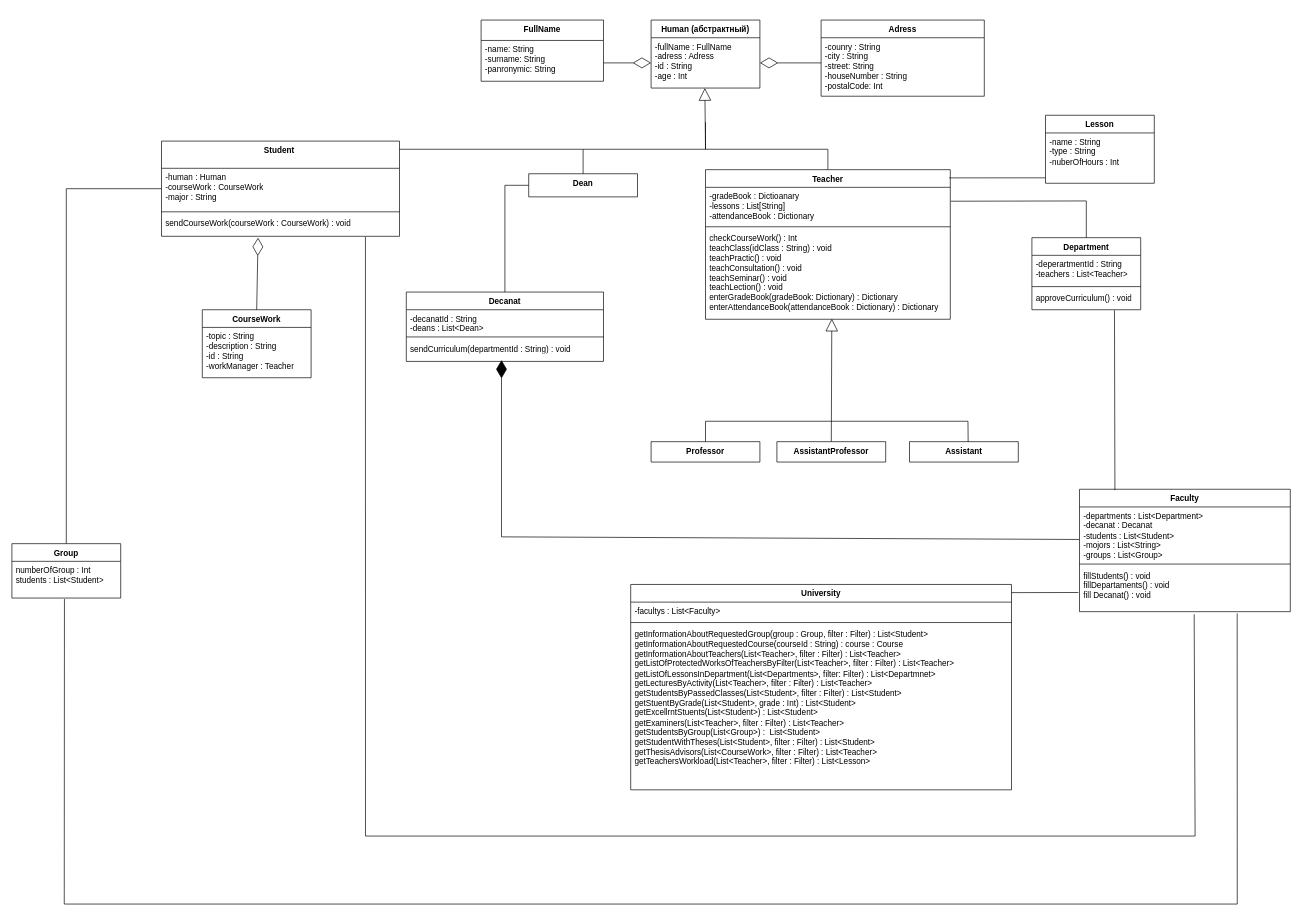
playerunknow/Diagrams keeps this draw.io diagram as class diagram.drawio. Above is the earlier version. Source tidied: cells renumbered, new cells numbered last; positions are measured from the earlier drawing's top-left corner, leaving out a move shared by most shapes. Both pictures are drawn from the tidied source at 68%, with x=0, y=0 at pixel (12, 20).
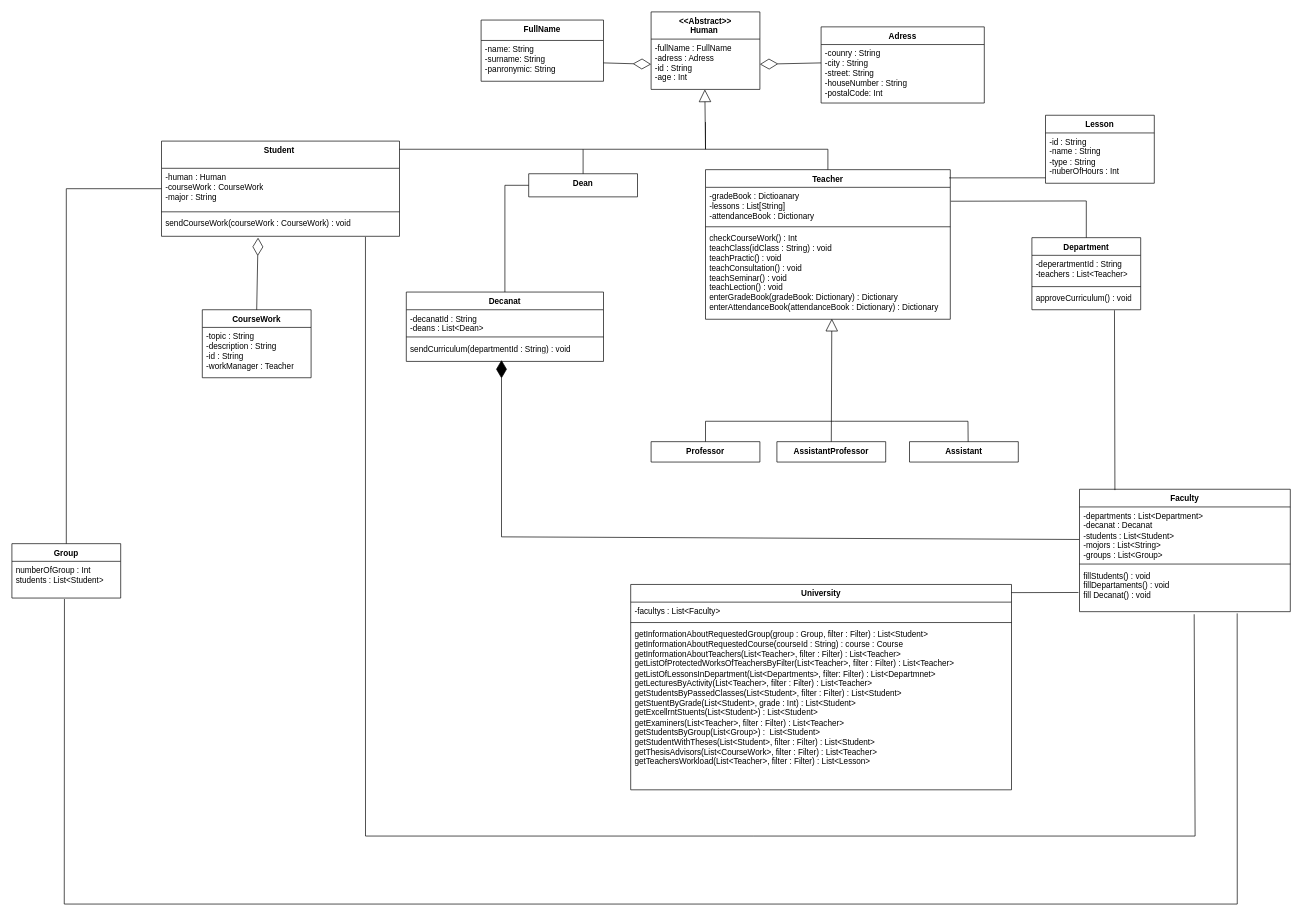
Above is the later version.

Unchanged cells that the change refers to:
```xml
<mxCell id="58" value="Lesson" style="swimlane;fontStyle=1;align=center;verticalAlign=top;horizontal=1;startSize=26;whiteSpace=wrap;html=1;" parent="1" vertex="1">
  <mxGeometry x="1520" y="140" width="160" height="100" as="geometry" />
</mxCell>
```

Change to the diagram source:
```diff
@@
-    <mxCell id="2" value="Human (абстрактный)" style="swimlane;fontStyle=1;align=center;verticalAlign=top;horizontal=1;startSize=26;whiteSpace=wrap;html=1;" parent="1" vertex="1">
-      <mxGeometry x="940" width="160" height="100" as="geometry" />
+    <mxCell id="2" value="&amp;lt;&amp;lt;Abstract&amp;gt;&amp;gt;&lt;br&gt;Human&amp;nbsp;" style="swimlane;fontStyle=1;align=center;verticalAlign=top;horizontal=1;startSize=40;whiteSpace=wrap;html=1;" parent="1" vertex="1">
+      <mxGeometry x="940" y="-12" width="160" height="114" as="geometry" />
     </mxCell>
     <mxCell id="3" value="-fullName : FullName&lt;br&gt;-adress : Adress&lt;br&gt;-id : String&lt;br&gt;-age : Int" style="text;strokeColor=none;fillColor=none;align=left;verticalAlign=top;spacingLeft=4;spacingRight=4;overflow=hidden;points=[[0,0.5],[1,0.5]];portConstraint=eastwest;whiteSpace=wrap;html=1;" parent="2" vertex="1">
-      <mxGeometry y="26" width="160" height="74" as="geometry" />
+      <mxGeometry y="40" width="160" height="74" as="geometry" />
     </mxCell>
     <mxCell id="4" style="line;strokeWidth=1;fillColor=none;align=left;verticalAlign=middle;spacingTop=-1;spacingLeft=3;spacingRight=3;labelPosition=right;points=[];portConstraint=eastwest;strokeColor=inherit;" parent="2" vertex="1">
-      <mxGeometry y="100" width="160" as="geometry" />
+      <mxGeometry y="114" width="160" as="geometry" />
     </mxCell>
@@
     <mxCell id="7" value="Adress" style="swimlane;fontStyle=1;align=center;verticalAlign=top;horizontal=1;startSize=26;whiteSpace=wrap;html=1;" parent="1" vertex="1">
-      <mxGeometry x="1190" width="240" height="112" as="geometry" />
+      <mxGeometry x="1190" y="10" width="240" height="112" as="geometry" />
     </mxCell>
@@
-    <mxCell id="59" value="-name : String&lt;br&gt;-type : String&lt;br&gt;-nuberOfHours : Int" style="text;strokeColor=none;fillColor=none;align=left;verticalAlign=top;spacingLeft=4;spacingRight=4;overflow=hidden;whiteSpace=wrap;html=1;" parent="58" vertex="1">
+    <mxCell id="59" value="-id : String&lt;br&gt;-name : String&lt;br&gt;-type : String&lt;br&gt;-nuberOfHours : Int" style="text;strokeColor=none;fillColor=none;align=left;verticalAlign=top;spacingLeft=4;spacingRight=4;overflow=hidden;whiteSpace=wrap;html=1;" parent="58" vertex="1">
       <mxGeometry y="26" width="160" height="74" as="geometry" />
     </mxCell>
```
